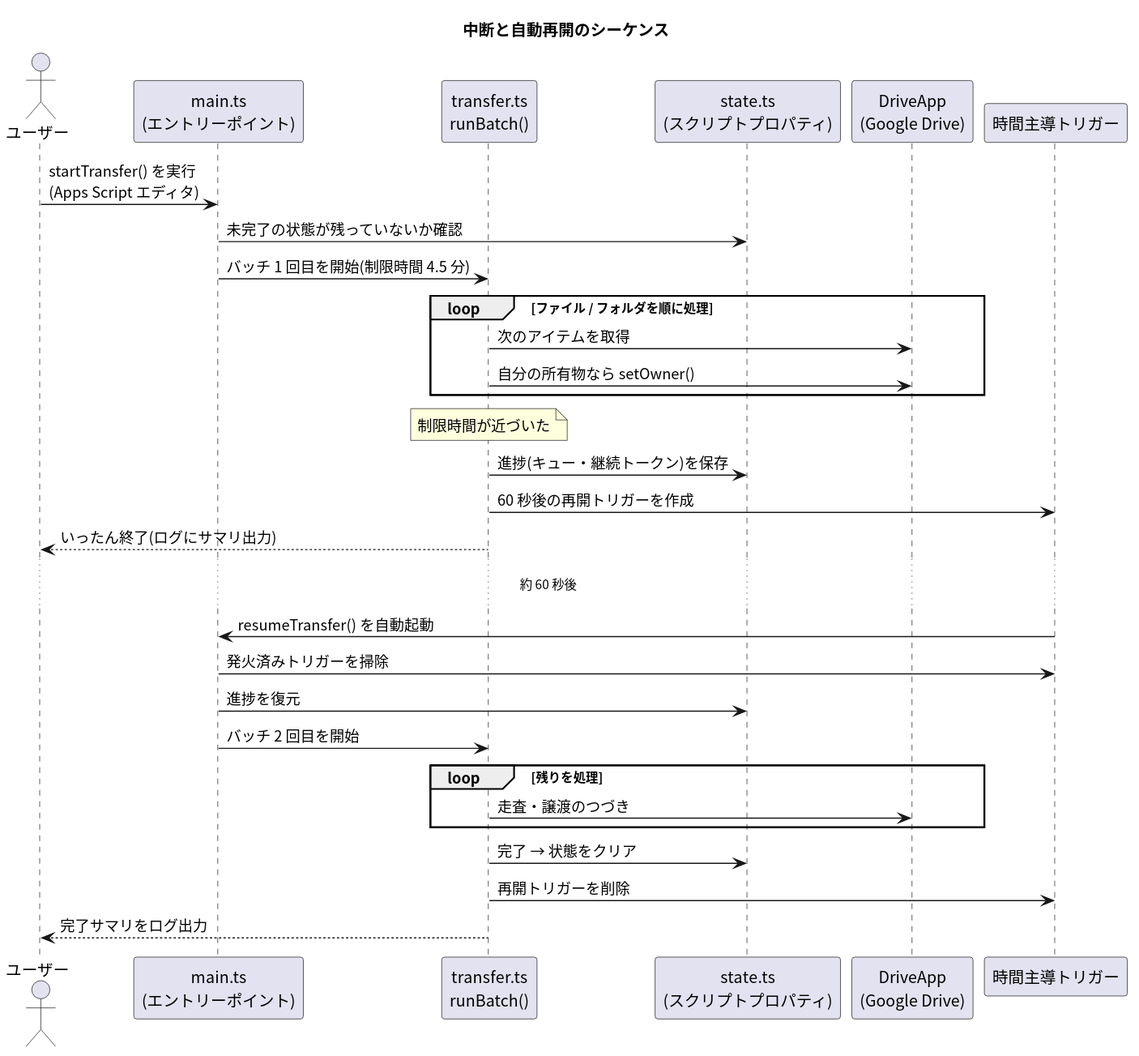
This is gas-drive-ownership-transfer-2026-07-11/docs/textbook/images/03_resume_sequence.svg from pollenjp-org/sandbox, a PlantUML export, as it was before one commit.
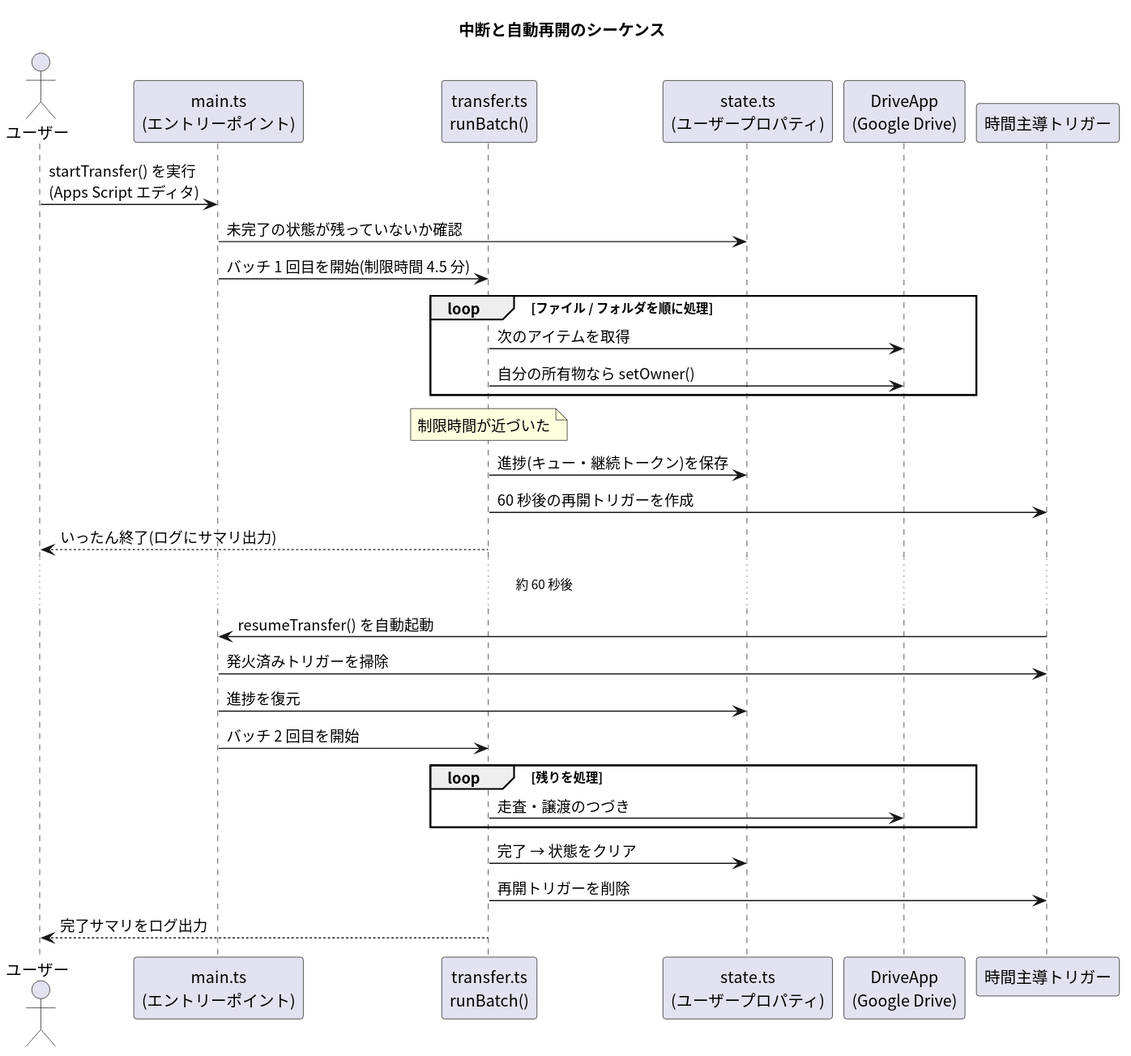
Later version of the same file.

The edit, as a diff of the source:
```diff
@@ -6,7 +6,7 @@
 actor "ユーザー" as user
 participant "main.ts\n(エントリーポイント)" as main
 participant "transfer.ts\nrunBatch()" as batch
-participant "state.ts\n(スクリプトプロパティ)" as state
+participant "state.ts\n(ユーザープロパティ)" as state
 participant "DriveApp\n(Google Drive)" as drive
 participant "時間主導トリガー" as trig
 
```
